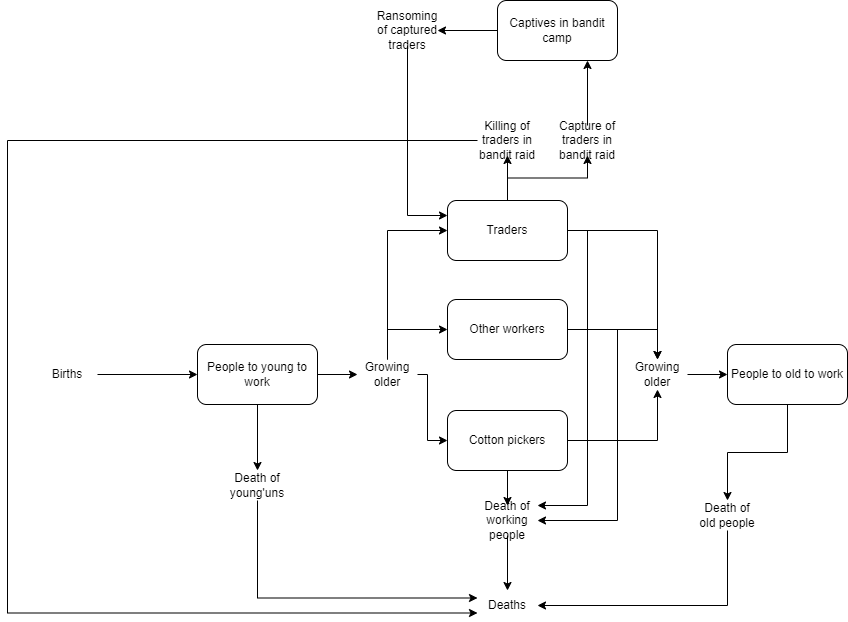
Before: Flowchart/PeopleFlowCottonBog.drawio.png, a diagram exported from draw.io (FunkMarvel/Comp-4-SST). Source tidied: cells renumbered, new cells last; positions are measured from the earlier drawing's top-left corner, leaving out a move shared by most shapes.
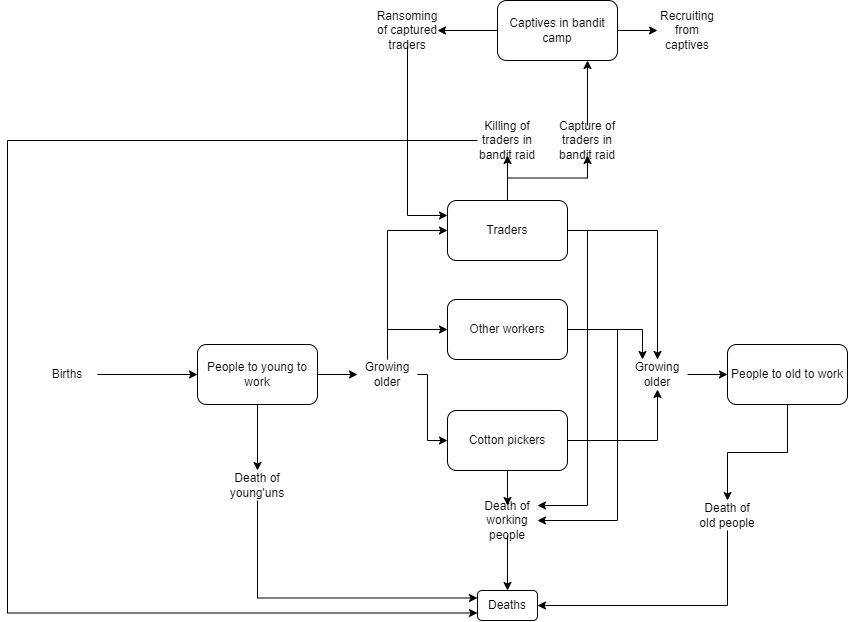
After the change.

What changed in the source:
```diff
@@ -63,7 +63,7 @@
     <mxCell id="17" value="Growing&lt;br&gt;older" style="text;html=1;strokeColor=none;fillColor=none;align=center;verticalAlign=middle;whiteSpace=wrap;rounded=0;" parent="1" vertex="1">
       <mxGeometry x="620" y="359" width="60" height="30" as="geometry" />
     </mxCell>
-    <mxCell id="18" value="Deaths" style="text;html=1;strokeColor=none;fillColor=none;align=center;verticalAlign=middle;whiteSpace=wrap;rounded=0;" parent="1" vertex="1">
+    <mxCell id="18" value="Deaths" style="text;html=1;strokeColor=default;fillColor=default;align=center;verticalAlign=middle;whiteSpace=wrap;rounded=1;" parent="1" vertex="1">
       <mxGeometry x="470" y="590" width="60" height="30" as="geometry" />
     </mxCell>
     <mxCell id="19" style="edgeStyle=orthogonalEdgeStyle;rounded=0;jettySize=auto;html=1;entryX=1;entryY=0.5;entryDx=0;entryDy=0;" parent="1" edge="1" source="20" target="18">
@@ -92,7 +92,7 @@
     <mxCell id="24" value="Death of young'uns" style="text;html=1;strokeColor=none;fillColor=none;align=center;verticalAlign=middle;whiteSpace=wrap;rounded=0;" parent="1" vertex="1">
       <mxGeometry x="220" y="470" width="60" height="30" as="geometry" />
     </mxCell>
-    <mxCell id="25" style="edgeStyle=orthogonalEdgeStyle;rounded=0;jettySize=auto;html=1;entryX=0.5;entryY=0;entryDx=0;entryDy=0;" parent="1" edge="1" source="27" target="17">
+    <mxCell id="25" style="edgeStyle=orthogonalEdgeStyle;rounded=0;jettySize=auto;html=1;entryX=0.25;entryY=0;entryDx=0;entryDy=0;" parent="1" edge="1" source="27" target="17">
       <mxGeometry relative="1" as="geometry" />
     </mxCell>
     <mxCell id="26" style="edgeStyle=orthogonalEdgeStyle;rounded=0;jettySize=auto;html=1;entryX=1;entryY=0.5;entryDx=0;entryDy=0;" parent="1" edge="1" source="27" target="22">
@@ -146,6 +146,9 @@
     <mxCell id="37" style="edgeStyle=orthogonalEdgeStyle;rounded=0;jettySize=auto;html=1;" parent="1" edge="1" source="38" target="40">
       <mxGeometry relative="1" as="geometry" />
     </mxCell>
+    <mxCell id="41" style="edgeStyle=orthogonalEdgeStyle;rounded=0;jettySize=auto;html=1;strokeColor=#000000;strokeWidth=1;" parent="1" edge="1" source="38" target="42">
+      <mxGeometry relative="1" as="geometry" />
+    </mxCell>
     <mxCell id="38" value="Captives in bandit camp" style="rounded=1;whiteSpace=wrap;html=1;" parent="1" vertex="1">
       <mxGeometry x="490" width="120" height="60" as="geometry" />
     </mxCell>
@@ -159,5 +162,8 @@
     <mxCell id="40" value="Ransoming of captured traders" style="text;html=1;strokeColor=none;fillColor=none;align=center;verticalAlign=middle;whiteSpace=wrap;rounded=0;" parent="1" vertex="1">
       <mxGeometry x="370" y="15" width="60" height="30" as="geometry" />
     </mxCell>
+    <mxCell id="42" value="Recruiting from captives" style="text;html=1;strokeColor=none;fillColor=none;align=center;verticalAlign=middle;whiteSpace=wrap;rounded=0;" parent="1" vertex="1">
+      <mxGeometry x="650" y="15" width="60" height="30" as="geometry" />
+    </mxCell>
   </root>
 </mxGraphModel>
```
